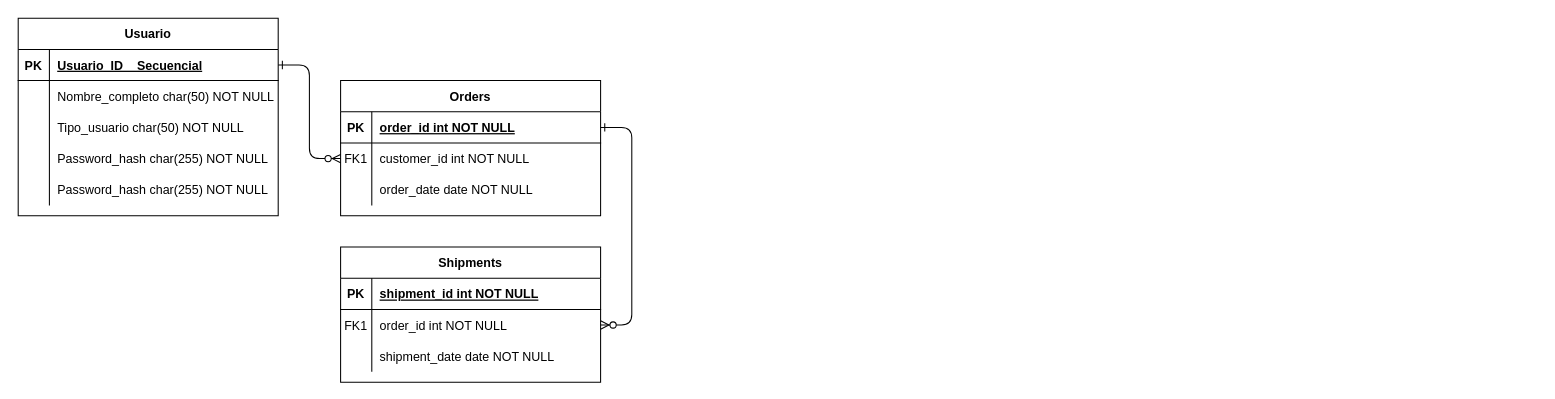
Above: DATABASE_DIAGRAM.drawio in AlvirElWapo/NovenoSemestre (draw.io), before the change. Source tidied: cells renumbered, new cells numbered last; positions are measured from the earlier drawing's top-left corner, leaving out a move shared by most shapes. Both pictures are drawn from the tidied source at 104%, with x=0, y=0 at pixel (18, 18).
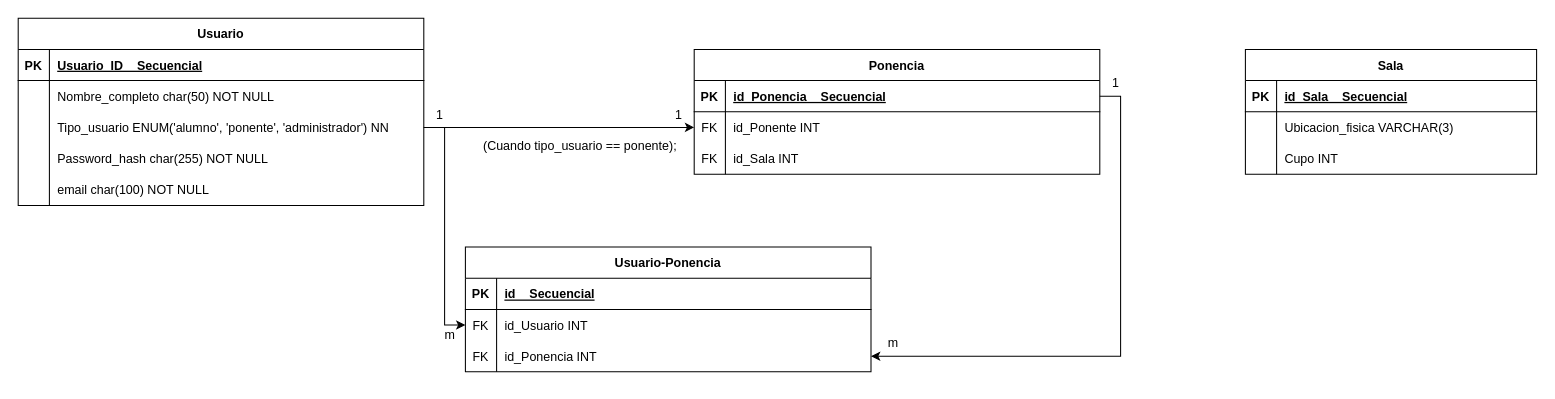
After the change.

Diff of the diagram source:
```diff
@@
-    <mxCell id="2" style="edgeStyle=entityRelationEdgeStyle;endArrow=ERzeroToMany;startArrow=ERone;endFill=1;startFill=0;" parent="1" edge="1" source="25" target="8">
-      <mxGeometry relative="1" as="geometry" />
-    </mxCell>
-    <mxCell id="3" style="edgeStyle=entityRelationEdgeStyle;endArrow=ERzeroToMany;startArrow=ERone;endFill=1;startFill=0;" parent="1" edge="1" source="5" target="18">
-      <mxGeometry relative="1" as="geometry" />
-    </mxCell>
-    <mxCell id="4" value="Orders" style="shape=table;startSize=30;childLayout=tableLayout;rowLines=0;fontStyle=1;align=center;" parent="1" vertex="1">
-      <mxGeometry x="310" y="60" width="250" height="130" as="geometry" />
-    </mxCell>
-    <mxCell id="5" style="shape=partialRectangle;fillColor=none;points=[[0,0.5],[1,0.5]];portConstraint=eastwest;top=0;left=0;right=0;bottom=1;" parent="4" vertex="1">
-      <mxGeometry y="30" width="250" height="30" as="geometry" />
-    </mxCell>
-    <mxCell id="6" value="PK" style="shape=partialRectangle;overflow=hidden;fillColor=none;top=0;left=0;bottom=0;right=0;fontStyle=1;" parent="5" vertex="1">
-      <mxGeometry width="30" height="30" as="geometry" />
-    </mxCell>
-    <mxCell id="7" value="order_id int NOT NULL " style="shape=partialRectangle;overflow=hidden;fillColor=none;top=0;left=0;bottom=0;right=0;align=left;spacingLeft=6;fontStyle=5;" parent="5" vertex="1">
-      <mxGeometry x="30" width="220" height="30" as="geometry" />
-    </mxCell>
-    <mxCell id="8" style="shape=partialRectangle;fillColor=none;points=[[0,0.5],[1,0.5]];portConstraint=eastwest;top=0;left=0;right=0;bottom=0;" parent="4" vertex="1">
-      <mxGeometry y="60" width="250" height="30" as="geometry" />
-    </mxCell>
-    <mxCell id="9" value="FK1" style="shape=partialRectangle;overflow=hidden;fillColor=none;top=0;left=0;bottom=0;right=0;" parent="8" vertex="1">
-      <mxGeometry width="30" height="30" as="geometry" />
-    </mxCell>
-    <mxCell id="10" value="customer_id int NOT NULL" style="shape=partialRectangle;overflow=hidden;fillColor=none;top=0;left=0;bottom=0;right=0;align=left;spacingLeft=6;" parent="8" vertex="1">
-      <mxGeometry x="30" width="220" height="30" as="geometry" />
-    </mxCell>
-    <mxCell id="11" style="shape=partialRectangle;fillColor=none;top=0;left=0;right=0;bottom=0;" parent="4" vertex="1">
-      <mxGeometry y="90" width="250" height="30" as="geometry" />
-    </mxCell>
-    <mxCell id="12" style="shape=partialRectangle;overflow=hidden;fillColor=none;top=0;left=0;bottom=0;right=0;" parent="11" vertex="1">
-      <mxGeometry width="30" height="30" as="geometry" />
-    </mxCell>
-    <mxCell id="13" value="order_date date NOT NULL" style="shape=partialRectangle;overflow=hidden;fillColor=none;top=0;left=0;bottom=0;right=0;align=left;spacingLeft=6;" parent="11" vertex="1">
-      <mxGeometry x="30" width="220" height="30" as="geometry" />
-    </mxCell>
-    <mxCell id="14" value="Shipments" style="shape=table;startSize=30;childLayout=tableLayout;rowLines=0;fontStyle=1;align=center;" parent="1" vertex="1">
-      <mxGeometry x="310" y="220" width="250" height="130" as="geometry" />
-    </mxCell>
-    <mxCell id="15" style="shape=partialRectangle;fillColor=none;top=0;left=0;right=0;bottom=1;" parent="14" vertex="1">
-      <mxGeometry y="30" width="250" height="30" as="geometry" />
-    </mxCell>
-    <mxCell id="16" value="PK" style="shape=partialRectangle;overflow=hidden;fillColor=none;top=0;left=0;bottom=0;right=0;fontStyle=1;" parent="15" vertex="1">
-      <mxGeometry width="30" height="30" as="geometry" />
-    </mxCell>
-    <mxCell id="17" value="shipment_id int NOT NULL " style="shape=partialRectangle;overflow=hidden;fillColor=none;top=0;left=0;bottom=0;right=0;align=left;spacingLeft=6;fontStyle=5;" parent="15" vertex="1">
-      <mxGeometry x="30" width="220" height="30" as="geometry" />
-    </mxCell>
-    <mxCell id="18" style="shape=partialRectangle;fillColor=none;points=[[0,0.5],[1,0.5]];portConstraint=eastwest;top=0;left=0;right=0;bottom=0;" parent="14" vertex="1">
-      <mxGeometry y="60" width="250" height="30" as="geometry" />
-    </mxCell>
-    <mxCell id="19" value="FK1" style="shape=partialRectangle;overflow=hidden;fillColor=none;top=0;left=0;bottom=0;right=0;" parent="18" vertex="1">
-      <mxGeometry width="30" height="30" as="geometry" />
-    </mxCell>
-    <mxCell id="20" value="order_id int NOT NULL" style="shape=partialRectangle;overflow=hidden;fillColor=none;top=0;left=0;bottom=0;right=0;align=left;spacingLeft=6;" parent="18" vertex="1">
-      <mxGeometry x="30" width="220" height="30" as="geometry" />
-    </mxCell>
-    <mxCell id="21" style="shape=partialRectangle;fillColor=none;top=0;left=0;right=0;bottom=0;" parent="14" vertex="1">
-      <mxGeometry y="90" width="250" height="30" as="geometry" />
-    </mxCell>
-    <mxCell id="22" style="shape=partialRectangle;overflow=hidden;fillColor=none;top=0;left=0;bottom=0;right=0;" parent="21" vertex="1">
-      <mxGeometry width="30" height="30" as="geometry" />
-    </mxCell>
-    <mxCell id="23" value="shipment_date date NOT NULL" style="shape=partialRectangle;overflow=hidden;fillColor=none;top=0;left=0;bottom=0;right=0;align=left;spacingLeft=6;" parent="21" vertex="1">
-      <mxGeometry x="30" width="220" height="30" as="geometry" />
-    </mxCell>
     <mxCell id="24" value="Usuario" style="shape=table;startSize=30;childLayout=tableLayout;rowLines=0;fontStyle=1;align=center;" parent="1" vertex="1">
-      <mxGeometry width="250" height="190" as="geometry" />
+      <mxGeometry width="390" height="180" as="geometry" />
     </mxCell>
     <mxCell id="25" style="shape=partialRectangle;fillColor=none;points=[[0,0.5],[1,0.5]];portConstraint=eastwest;top=0;left=0;right=0;bottom=1;" parent="24" vertex="1">
-      <mxGeometry y="30" width="250" height="30" as="geometry" />
+      <mxGeometry y="30" width="390" height="30" as="geometry" />
     </mxCell>
@@
     <mxCell id="27" value="Usuario_ID    Secuencial" style="shape=partialRectangle;overflow=hidden;fillColor=none;top=0;left=0;bottom=0;right=0;align=left;spacingLeft=6;fontStyle=5;" parent="25" vertex="1">
-      <mxGeometry x="30" width="220" height="30" as="geometry" />
+      <mxGeometry x="30" width="360" height="30" as="geometry" />
     </mxCell>
     <mxCell id="28" style="shape=partialRectangle;fillColor=none;top=0;left=0;right=0;bottom=0;" parent="24" vertex="1">
-      <mxGeometry y="60" width="250" height="30" as="geometry" />
+      <mxGeometry y="60" width="390" height="30" as="geometry" />
     </mxCell>
@@
     <mxCell id="30" value="Nombre_completo char(50) NOT NULL" style="shape=partialRectangle;overflow=hidden;fillColor=none;top=0;left=0;bottom=0;right=0;align=left;spacingLeft=6;" parent="28" vertex="1">
-      <mxGeometry x="30" width="220" height="30" as="geometry" />
+      <mxGeometry x="30" width="360" height="30" as="geometry" />
     </mxCell>
     <mxCell id="31" style="shape=partialRectangle;fillColor=none;points=[[0,0.5],[1,0.5]];portConstraint=eastwest;top=0;left=0;right=0;bottom=0;" parent="24" vertex="1">
-      <mxGeometry y="90" width="250" height="30" as="geometry" />
+      <mxGeometry y="90" width="390" height="30" as="geometry" />
     </mxCell>
@@
-    <mxCell id="33" value="Tipo_usuario char(50) NOT NULL" style="shape=partialRectangle;overflow=hidden;fillColor=none;top=0;left=0;bottom=0;right=0;align=left;spacingLeft=6;" parent="31" vertex="1">
-      <mxGeometry x="30" width="220" height="30" as="geometry" />
+    <mxCell id="33" value="Tipo_usuario ENUM('alumno', 'ponente', 'administrador') NN" style="shape=partialRectangle;overflow=hidden;fillColor=none;top=0;left=0;bottom=0;right=0;align=left;spacingLeft=6;" parent="31" vertex="1">
+      <mxGeometry x="30" width="360" height="30" as="geometry" />
     </mxCell>
     <mxCell id="34" style="shape=partialRectangle;fillColor=none;top=0;left=0;right=0;bottom=0;" parent="24" vertex="1">
-      <mxGeometry y="120" width="250" height="30" as="geometry" />
+      <mxGeometry y="120" width="390" height="30" as="geometry" />
     </mxCell>
@@
     <mxCell id="36" value="Password_hash char(255) NOT NULL" style="shape=partialRectangle;overflow=hidden;fillColor=none;top=0;left=0;bottom=0;right=0;align=left;spacingLeft=6;" parent="34" vertex="1">
-      <mxGeometry x="30" width="220" height="30" as="geometry" />
+      <mxGeometry x="30" width="360" height="30" as="geometry" />
     </mxCell>
     <mxCell id="37" style="shape=partialRectangle;fillColor=none;top=0;left=0;right=0;bottom=0;" parent="24" vertex="1">
-      <mxGeometry y="150" width="250" height="30" as="geometry" />
+      <mxGeometry y="150" width="390" height="30" as="geometry" />
     </mxCell>
@@
-    <mxCell id="39" value="Password_hash char(255) NOT NULL" style="shape=partialRectangle;overflow=hidden;fillColor=none;top=0;left=0;bottom=0;right=0;align=left;spacingLeft=6;" parent="37" vertex="1">
-      <mxGeometry x="30" width="220" height="30" as="geometry" />
+    <mxCell id="39" value="email char(100) NOT NULL" style="shape=partialRectangle;overflow=hidden;fillColor=none;top=0;left=0;bottom=0;right=0;align=left;spacingLeft=6;" parent="37" vertex="1">
+      <mxGeometry x="30" width="360" height="30" as="geometry" />
     </mxCell>
+    <mxCell id="40" value="Sala" style="shape=table;startSize=30;childLayout=tableLayout;rowLines=0;fontStyle=1;align=center;" parent="1" vertex="1">
+      <mxGeometry x="1180" y="30" width="280" height="120" as="geometry" />
+    </mxCell>
+    <mxCell id="41" style="shape=partialRectangle;fillColor=none;top=0;left=0;right=0;bottom=1;" parent="40" vertex="1">
+      <mxGeometry y="30" width="280" height="30" as="geometry" />
+    </mxCell>
+    <mxCell id="42" value="PK" style="shape=partialRectangle;overflow=hidden;fillColor=none;top=0;left=0;bottom=0;right=0;fontStyle=1;" parent="41" vertex="1">
+      <mxGeometry width="30" height="30" as="geometry" />
+    </mxCell>
+    <mxCell id="43" value="id_Sala    Secuencial" style="shape=partialRectangle;overflow=hidden;fillColor=none;top=0;left=0;bottom=0;right=0;align=left;spacingLeft=6;fontStyle=5;" parent="41" vertex="1">
+      <mxGeometry x="30" width="250" height="30" as="geometry" />
+    </mxCell>
+    <mxCell id="44" style="shape=partialRectangle;fillColor=none;top=0;left=0;right=0;bottom=0;" parent="40" vertex="1">
+      <mxGeometry y="60" width="280" height="30" as="geometry" />
+    </mxCell>
+    <mxCell id="45" style="shape=partialRectangle;overflow=hidden;fillColor=none;top=0;left=0;bottom=0;right=0;" parent="44" vertex="1">
+      <mxGeometry width="30" height="30" as="geometry" />
+    </mxCell>
+    <mxCell id="46" value="Ubicacion_fisica VARCHAR(3)" style="shape=partialRectangle;overflow=hidden;fillColor=none;top=0;left=0;bottom=0;right=0;align=left;spacingLeft=6;" parent="44" vertex="1">
+      <mxGeometry x="30" width="250" height="30" as="geometry" />
+    </mxCell>
+    <mxCell id="47" style="shape=partialRectangle;fillColor=none;top=0;left=0;right=0;bottom=0;" parent="40" vertex="1">
+      <mxGeometry y="90" width="280" height="30" as="geometry" />
+    </mxCell>
+    <mxCell id="48" style="shape=partialRectangle;overflow=hidden;fillColor=none;top=0;left=0;bottom=0;right=0;" parent="47" vertex="1">
+      <mxGeometry width="30" height="30" as="geometry" />
+    </mxCell>
+    <mxCell id="49" value="Cupo INT" style="shape=partialRectangle;overflow=hidden;fillColor=none;top=0;left=0;bottom=0;right=0;align=left;spacingLeft=6;" parent="47" vertex="1">
+      <mxGeometry x="30" width="250" height="30" as="geometry" />
+    </mxCell>
+    <mxCell id="50" value="Ponencia" style="shape=table;startSize=30;childLayout=tableLayout;rowLines=0;fontStyle=1;align=center;" parent="1" vertex="1">
+      <mxGeometry x="650" y="30" width="390" height="120" as="geometry" />
+    </mxCell>
+    <mxCell id="51" style="shape=partialRectangle;fillColor=none;points=[[0,0.5],[1,0.5]];portConstraint=eastwest;top=0;left=0;right=0;bottom=1;" parent="50" vertex="1">
+      <mxGeometry y="30" width="390" height="30" as="geometry" />
+    </mxCell>
+    <mxCell id="52" value="PK" style="shape=partialRectangle;overflow=hidden;fillColor=none;top=0;left=0;bottom=0;right=0;fontStyle=1;" parent="51" vertex="1">
+      <mxGeometry width="30" height="30" as="geometry" />
+    </mxCell>
+    <mxCell id="53" value="id_Ponencia    Secuencial" style="shape=partialRectangle;overflow=hidden;fillColor=none;top=0;left=0;bottom=0;right=0;align=left;spacingLeft=6;fontStyle=5;" parent="51" vertex="1">
+      <mxGeometry x="30" width="360" height="30" as="geometry" />
+    </mxCell>
+    <mxCell id="54" style="shape=partialRectangle;fillColor=none;points=[[0,0.5],[1,0.5]];portConstraint=eastwest;top=0;left=0;right=0;bottom=0;" parent="50" vertex="1">
+      <mxGeometry y="60" width="390" height="30" as="geometry" />
+    </mxCell>
+    <mxCell id="55" value="FK" style="shape=partialRectangle;overflow=hidden;fillColor=none;top=0;left=0;bottom=0;right=0;" parent="54" vertex="1">
+      <mxGeometry width="30" height="30" as="geometry" />
+    </mxCell>
+    <mxCell id="56" value="id_Ponente INT" style="shape=partialRectangle;overflow=hidden;fillColor=none;top=0;left=0;bottom=0;right=0;align=left;spacingLeft=6;" parent="54" vertex="1">
+      <mxGeometry x="30" width="360" height="30" as="geometry" />
+    </mxCell>
+    <mxCell id="57" style="shape=partialRectangle;fillColor=none;top=0;left=0;right=0;bottom=0;" parent="50" vertex="1">
+      <mxGeometry y="90" width="390" height="30" as="geometry" />
+    </mxCell>
+    <mxCell id="58" value="FK" style="shape=partialRectangle;overflow=hidden;fillColor=none;top=0;left=0;bottom=0;right=0;" parent="57" vertex="1">
+      <mxGeometry width="30" height="30" as="geometry" />
+    </mxCell>
+    <mxCell id="59" value="id_Sala INT" style="shape=partialRectangle;overflow=hidden;fillColor=none;top=0;left=0;bottom=0;right=0;align=left;spacingLeft=6;" parent="57" vertex="1">
+      <mxGeometry x="30" width="360" height="30" as="geometry" />
+    </mxCell>
+    <mxCell id="60" value="(Cuando tipo_usuario == ponente);" style="text;html=1;align=center;verticalAlign=middle;strokeColor=none;fillColor=none;" parent="1" vertex="1">
+      <mxGeometry x="430" y="108" width="220" height="30" as="geometry" />
+    </mxCell>
+    <mxCell id="61" style="edgeStyle=orthogonalEdgeStyle;rounded=0;jettySize=auto;html=1;exitX=1;exitY=0.5;exitDx=0;exitDy=0;entryX=0;entryY=0.5;entryDx=0;entryDy=0;" parent="1" edge="1" source="31" target="54">
+      <mxGeometry relative="1" as="geometry" />
+    </mxCell>
+    <mxCell id="62" value="1" style="text;html=1;align=center;verticalAlign=middle;strokeColor=none;fillColor=none;" parent="1" vertex="1">
+      <mxGeometry x="390" y="78" width="30" height="30" as="geometry" />
+    </mxCell>
+    <mxCell id="63" value="1" style="text;html=1;align=center;verticalAlign=middle;strokeColor=none;fillColor=none;" parent="1" vertex="1">
+      <mxGeometry x="620" y="78" width="30" height="30" as="geometry" />
+    </mxCell>
+    <mxCell id="64" value="Usuario-Ponencia" style="shape=table;startSize=30;childLayout=tableLayout;rowLines=0;fontStyle=1;align=center;" parent="1" vertex="1">
+      <mxGeometry x="430" y="220" width="390" height="120" as="geometry" />
+    </mxCell>
+    <mxCell id="65" style="shape=partialRectangle;fillColor=none;top=0;left=0;right=0;bottom=1;" parent="64" vertex="1">
+      <mxGeometry y="30" width="390" height="30" as="geometry" />
+    </mxCell>
+    <mxCell id="66" value="PK" style="shape=partialRectangle;overflow=hidden;fillColor=none;top=0;left=0;bottom=0;right=0;fontStyle=1;" parent="65" vertex="1">
+      <mxGeometry width="30" height="30" as="geometry" />
+    </mxCell>
+    <mxCell id="67" value="id    Secuencial" style="shape=partialRectangle;overflow=hidden;fillColor=none;top=0;left=0;bottom=0;right=0;align=left;spacingLeft=6;fontStyle=5;" parent="65" vertex="1">
+      <mxGeometry x="30" width="360" height="30" as="geometry" />
+    </mxCell>
+    <mxCell id="68" style="shape=partialRectangle;fillColor=none;points=[[0,0.5],[1,0.5]];portConstraint=eastwest;top=0;left=0;right=0;bottom=0;" parent="64" vertex="1">
+      <mxGeometry y="60" width="390" height="30" as="geometry" />
+    </mxCell>
+    <mxCell id="69" value="FK" style="shape=partialRectangle;overflow=hidden;fillColor=none;top=0;left=0;bottom=0;right=0;" parent="68" vertex="1">
+      <mxGeometry width="30" height="30" as="geometry" />
+    </mxCell>
+    <mxCell id="70" value="id_Usuario INT" style="shape=partialRectangle;overflow=hidden;fillColor=none;top=0;left=0;bottom=0;right=0;align=left;spacingLeft=6;" parent="68" vertex="1">
+      <mxGeometry x="30" width="360" height="30" as="geometry" />
+    </mxCell>
+    <mxCell id="71" style="shape=partialRectangle;fillColor=none;points=[[0,0.5],[1,0.5]];portConstraint=eastwest;top=0;left=0;right=0;bottom=0;" parent="64" vertex="1">
+      <mxGeometry y="90" width="390" height="30" as="geometry" />
+    </mxCell>
+    <mxCell id="72" value="FK" style="shape=partialRectangle;overflow=hidden;fillColor=none;top=0;left=0;bottom=0;right=0;" parent="71" vertex="1">
+      <mxGeometry width="30" height="30" as="geometry" />
+    </mxCell>
+    <mxCell id="73" value="id_Ponencia INT" style="shape=partialRectangle;overflow=hidden;fillColor=none;top=0;left=0;bottom=0;right=0;align=left;spacingLeft=6;" parent="71" vertex="1">
+      <mxGeometry x="30" width="360" height="30" as="geometry" />
+    </mxCell>
+    <mxCell id="74" style="edgeStyle=orthogonalEdgeStyle;rounded=0;jettySize=auto;html=1;exitX=1;exitY=0.5;exitDx=0;exitDy=0;entryX=0;entryY=0.5;entryDx=0;entryDy=0;" parent="1" edge="1" source="31" target="68">
+      <mxGeometry relative="1" as="geometry">
+        <Array as="points">
+          <mxPoint x="410" y="105" />
+          <mxPoint x="410" y="295" />
+        </Array>
+      </mxGeometry>
+    </mxCell>
+    <mxCell id="75" style="edgeStyle=orthogonalEdgeStyle;rounded=0;jettySize=auto;html=1;exitX=1;exitY=0.5;exitDx=0;exitDy=0;entryX=1;entryY=0.5;entryDx=0;entryDy=0;" parent="1" edge="1" source="51" target="71">
+      <mxGeometry relative="1" as="geometry" />
+    </mxCell>
+    <mxCell id="76" value="m" style="text;html=1;align=center;verticalAlign=middle;strokeColor=none;fillColor=none;" parent="1" vertex="1">
+      <mxGeometry x="400" y="290" width="30" height="30" as="geometry" />
+    </mxCell>
+    <mxCell id="77" value="m" style="text;html=1;align=center;verticalAlign=middle;strokeColor=none;fillColor=none;" parent="1" vertex="1">
+      <mxGeometry x="826" y="298" width="30" height="30" as="geometry" />
+    </mxCell>
+    <mxCell id="78" value="1" style="text;html=1;align=center;verticalAlign=middle;strokeColor=none;fillColor=none;" parent="1" vertex="1">
+      <mxGeometry x="1040" y="48" width="30" height="30" as="geometry" />
+    </mxCell>
```
